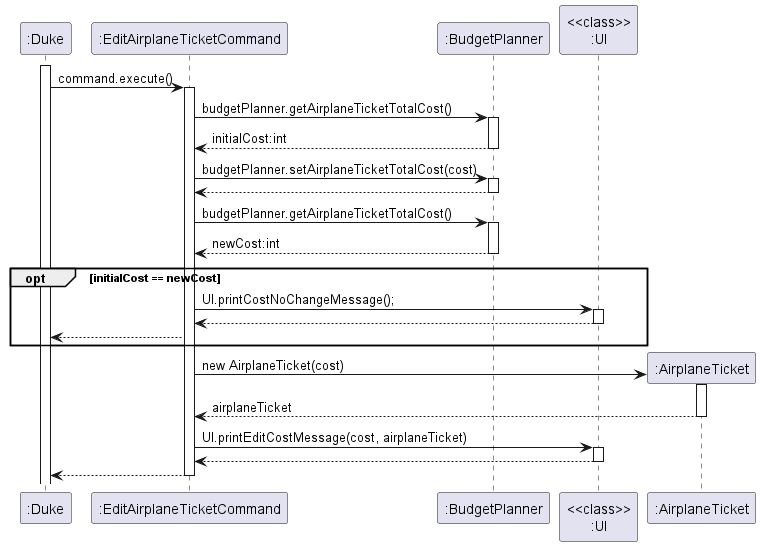
This is docs/diagrams/budget/EditAirplaneTicketCommand.png from nus-cs2113-AY2223S2/tp, a PlantUML export, as it was before one commit. Source of this version:
```plantuml
@startuml
activate ":Duke"
":Duke" -> ":EditAirplaneTicketCommand" : command.execute()
activate ":EditAirplaneTicketCommand"
":EditAirplaneTicketCommand" -> ":BudgetPlanner" : budgetPlanner.getAirplaneTicketTotalCost()
activate ":BudgetPlanner"
":EditAirplaneTicketCommand" <-- ":BudgetPlanner" : initialCost:int
deactivate ":BudgetPlanner"
":EditAirplaneTicketCommand" -> ":BudgetPlanner" : budgetPlanner.setAirplaneTicketTotalCost(cost)
activate ":BudgetPlanner"
":EditAirplaneTicketCommand" <-- ":BudgetPlanner"
deactivate ":BudgetPlanner"
":EditAirplaneTicketCommand" -> ":BudgetPlanner" : budgetPlanner.getAirplaneTicketTotalCost()
activate ":BudgetPlanner"
":EditAirplaneTicketCommand" <-- ":BudgetPlanner" : newCost:int
deactivate ":BudgetPlanner"
opt initialCost == newCost
":EditAirplaneTicketCommand" -> "<<class>>\n:UI" : UI.printCostNoChangeMessage();
activate "<<class>>\n:UI"
":EditAirplaneTicketCommand" <-- "<<class>>\n:UI"
deactivate "<<class>>\n:UI"
":EditAirplaneTicketCommand" --> ":Duke"
end
create ":AirplaneTicket"
":EditAirplaneTicketCommand" -> ":AirplaneTicket" : new AirplaneTicket(cost)
activate ":AirplaneTicket"
":EditAirplaneTicketCommand" <-- ":AirplaneTicket" : airplaneTicket
deactivate ":AirplaneTicket"
":EditAirplaneTicketCommand" -> "<<class>>\n:UI" : UI.printEditCostMessage(cost, airplaneTicket)
activate "<<class>>\n:UI"
":EditAirplaneTicketCommand" <-- "<<class>>\n:UI"
deactivate "<<class>>\n:UI"
":EditAirplaneTicketCommand" --> ":Duke"
deactivate ":EditAirplaneTicketCommand"
@enduml
```
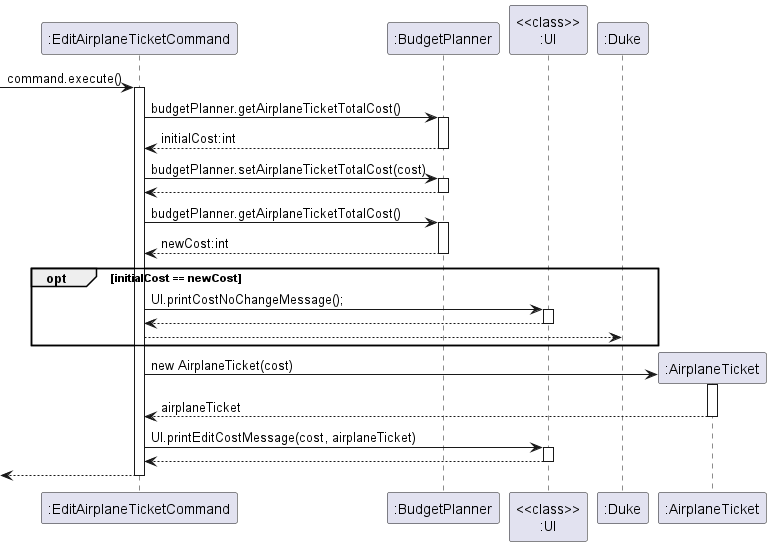
After the change.

Commit message:
Remove Duke from diagrams

Diff of the diagram source:
```diff
@@ -1,6 +1,5 @@
 @startuml
-activate ":Duke"
-":Duke" -> ":EditAirplaneTicketCommand" : command.execute()
+-> ":EditAirplaneTicketCommand" : command.execute()
 activate ":EditAirplaneTicketCommand"
 ":EditAirplaneTicketCommand" -> ":BudgetPlanner" : budgetPlanner.getAirplaneTicketTotalCost()
 activate ":BudgetPlanner"
@@ -30,6 +29,6 @@
 activate "<<class>>\n:UI"
 ":EditAirplaneTicketCommand" <-- "<<class>>\n:UI"
 deactivate "<<class>>\n:UI"
-":EditAirplaneTicketCommand" --> ":Duke"
+<-- ":EditAirplaneTicketCommand"
 deactivate ":EditAirplaneTicketCommand"
 @enduml
```
